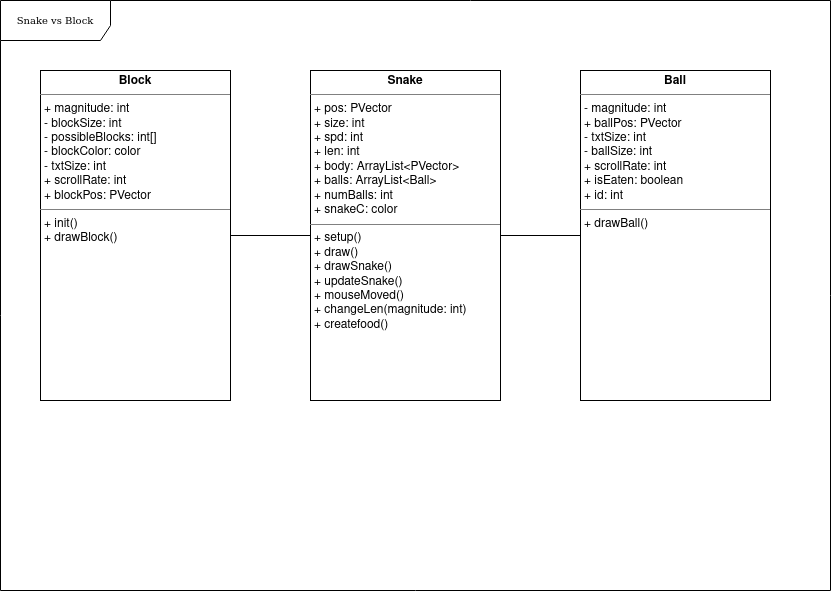
The draw.io diagram ouruml.png in madeline-lei/final_project, before a commit. Source tidied: cells renumbered, new cells last; positions are measured from the earlier drawing's top-left corner, leaving out a move shared by most shapes.
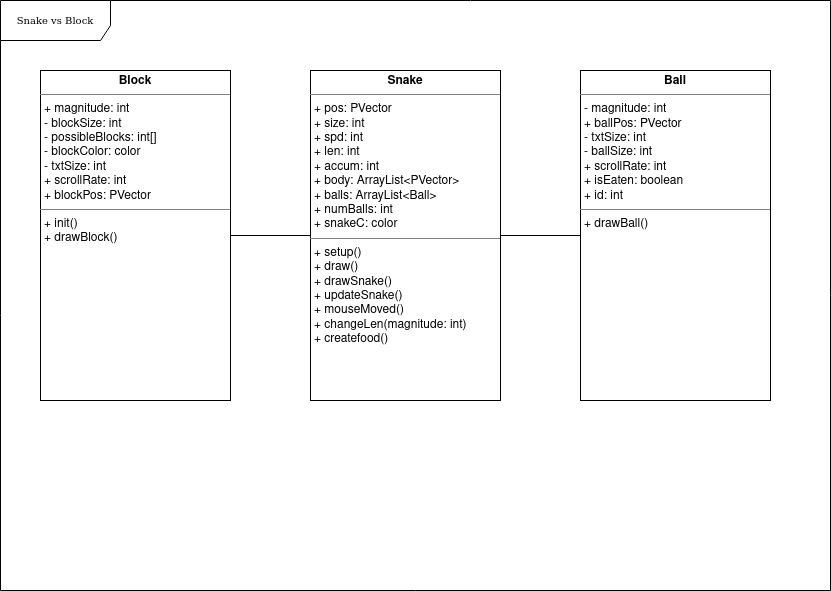
The same diagram one commit later.

What changed in the source:
```diff
@@ -11,7 +11,7 @@
     <mxCell id="4" style="edgeStyle=orthogonalEdgeStyle;rounded=0;jettySize=auto;html=1;endArrow=none;endFill=0;" parent="1" edge="1" source="5" target="6">
       <mxGeometry relative="1" as="geometry" />
     </mxCell>
-    <mxCell id="5" value="&lt;p style=&quot;margin:0px;margin-top:4px;text-align:center;&quot;&gt;&lt;b&gt;Snake&lt;/b&gt;&lt;/p&gt;&lt;hr size=&quot;1&quot;&gt;&lt;p style=&quot;margin:0px;margin-left:4px;&quot;&gt;+ pos: PVector&lt;/p&gt;&lt;p style=&quot;margin:0px;margin-left:4px;&quot;&gt;+ size: int&lt;/p&gt;&lt;p style=&quot;margin:0px;margin-left:4px;&quot;&gt;+ spd: int&lt;/p&gt;&lt;p style=&quot;margin:0px;margin-left:4px;&quot;&gt;+ len: int&lt;br&gt;&lt;/p&gt;&lt;p style=&quot;margin:0px;margin-left:4px;&quot;&gt;+ body: ArrayList&amp;lt;PVector&amp;gt;&lt;/p&gt;&lt;p style=&quot;margin:0px;margin-left:4px;&quot;&gt;+ balls: ArrayList&amp;lt;Ball&amp;gt;&lt;/p&gt;&lt;p style=&quot;margin:0px;margin-left:4px;&quot;&gt;+ numBalls: int&lt;/p&gt;&lt;p style=&quot;margin:0px;margin-left:4px;&quot;&gt;+ snakeC: color&lt;br&gt;&lt;/p&gt;&lt;hr size=&quot;1&quot;&gt;&lt;p style=&quot;margin:0px;margin-left:4px;&quot;&gt;+ setup()&lt;/p&gt;&lt;p style=&quot;margin:0px;margin-left:4px;&quot;&gt;+ draw()&lt;/p&gt;&lt;p style=&quot;margin:0px;margin-left:4px;&quot;&gt;+ drawSnake()&lt;/p&gt;&lt;p style=&quot;margin:0px;margin-left:4px;&quot;&gt;+ updateSnake()&lt;/p&gt;&lt;p style=&quot;margin:0px;margin-left:4px;&quot;&gt;+ mouseMoved()&lt;/p&gt;&lt;p style=&quot;margin:0px;margin-left:4px;&quot;&gt;+ changeLen(magnitude: int)&lt;/p&gt;&lt;p style=&quot;margin:0px;margin-left:4px;&quot;&gt;+ createfood()&lt;br&gt;&lt;/p&gt;&lt;p style=&quot;margin:0px;margin-left:4px;&quot;&gt;&lt;br&gt;&lt;/p&gt;" style="verticalAlign=top;align=left;overflow=fill;fontSize=12;fontFamily=Helvetica;html=1;rounded=0;shadow=0;comic=0;labelBackgroundColor=none;strokeWidth=1;" parent="1" vertex="1">
+    <mxCell id="5" value="&lt;p style=&quot;margin:0px;margin-top:4px;text-align:center;&quot;&gt;&lt;b&gt;Snake&lt;/b&gt;&lt;/p&gt;&lt;hr size=&quot;1&quot;&gt;&lt;p style=&quot;margin:0px;margin-left:4px;&quot;&gt;+ pos: PVector&lt;/p&gt;&lt;p style=&quot;margin:0px;margin-left:4px;&quot;&gt;+ size: int&lt;/p&gt;&lt;p style=&quot;margin:0px;margin-left:4px;&quot;&gt;+ spd: int&lt;/p&gt;&lt;p style=&quot;margin:0px;margin-left:4px;&quot;&gt;+ len: int&lt;/p&gt;&lt;p style=&quot;margin:0px;margin-left:4px;&quot;&gt;+ accum: int&lt;br&gt;&lt;/p&gt;&lt;p style=&quot;margin:0px;margin-left:4px;&quot;&gt;+ body: ArrayList&amp;lt;PVector&amp;gt;&lt;/p&gt;&lt;p style=&quot;margin:0px;margin-left:4px;&quot;&gt;+ balls: ArrayList&amp;lt;Ball&amp;gt;&lt;/p&gt;&lt;p style=&quot;margin:0px;margin-left:4px;&quot;&gt;+ numBalls: int&lt;/p&gt;&lt;p style=&quot;margin:0px;margin-left:4px;&quot;&gt;+ snakeC: color&lt;/p&gt;&lt;hr size=&quot;1&quot;&gt;&lt;p style=&quot;margin:0px;margin-left:4px;&quot;&gt;+ setup()&lt;/p&gt;&lt;p style=&quot;margin:0px;margin-left:4px;&quot;&gt;+ draw()&lt;/p&gt;&lt;p style=&quot;margin:0px;margin-left:4px;&quot;&gt;+ drawSnake()&lt;/p&gt;&lt;p style=&quot;margin:0px;margin-left:4px;&quot;&gt;+ updateSnake()&lt;/p&gt;&lt;p style=&quot;margin:0px;margin-left:4px;&quot;&gt;+ mouseMoved()&lt;/p&gt;&lt;p style=&quot;margin:0px;margin-left:4px;&quot;&gt;+ changeLen(magnitude: int)&lt;/p&gt;&lt;p style=&quot;margin:0px;margin-left:4px;&quot;&gt;+ createfood()&lt;br&gt;&lt;/p&gt;&lt;p style=&quot;margin:0px;margin-left:4px;&quot;&gt;&lt;br&gt;&lt;/p&gt;" style="verticalAlign=top;align=left;overflow=fill;fontSize=12;fontFamily=Helvetica;html=1;rounded=0;shadow=0;comic=0;labelBackgroundColor=none;strokeWidth=1;" parent="1" vertex="1">
       <mxGeometry x="310" y="70" width="190" height="330" as="geometry" />
     </mxCell>
     <mxCell id="6" value="&lt;p style=&quot;margin:0px;margin-top:4px;text-align:center;&quot;&gt;&lt;b&gt;Block&lt;/b&gt;&lt;/p&gt;&lt;hr size=&quot;1&quot;&gt;&lt;p style=&quot;margin:0px;margin-left:4px;&quot;&gt;+ magnitude: int&lt;/p&gt;&lt;p style=&quot;margin:0px;margin-left:4px;&quot;&gt;- blockSize: int&lt;/p&gt;&lt;p style=&quot;margin:0px;margin-left:4px;&quot;&gt;- possibleBlocks: int[]&lt;/p&gt;&lt;p style=&quot;margin:0px;margin-left:4px;&quot;&gt;- blockColor: color&lt;/p&gt;&lt;p style=&quot;margin:0px;margin-left:4px;&quot;&gt;- txtSize: int&lt;/p&gt;&lt;p style=&quot;margin:0px;margin-left:4px;&quot;&gt;+ scrollRate: int&lt;/p&gt;&lt;p style=&quot;margin:0px;margin-left:4px;&quot;&gt;+ blockPos: PVector&lt;br&gt;&lt;/p&gt;&lt;hr size=&quot;1&quot;&gt;&lt;p style=&quot;margin:0px;margin-left:4px;&quot;&gt;+ init()&lt;/p&gt;&lt;p style=&quot;margin:0px;margin-left:4px;&quot;&gt;+ drawBlock()&lt;/p&gt;" style="verticalAlign=top;align=left;overflow=fill;fontSize=12;fontFamily=Helvetica;html=1;rounded=0;shadow=0;comic=0;labelBackgroundColor=none;strokeWidth=1;" parent="1" vertex="1">
```
